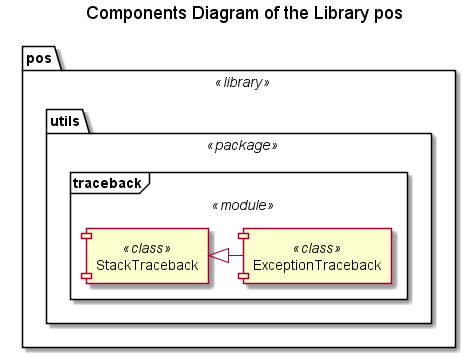
Above: Docs/UML/pos Components.png in FooBarShebang/pos (PlantUML), before the change.
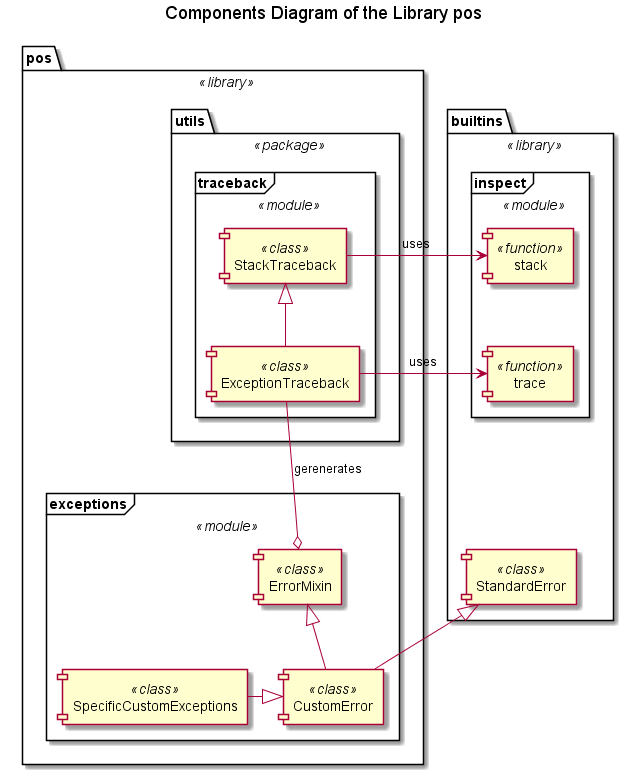
After the change.

What changed in the source:
```diff
@@ -28,9 +28,45 @@
 
         component "ExceptionTraceback" <<class>>
 
-        StackTraceback <|- ExceptionTraceback
+        StackTraceback <|-- ExceptionTraceback
     }
 }
+
+
+
+frame "exceptions" <<module>> {
+    component "ErrorMixin" <<class>>
+
+    component "CustomError" <<class>>
+
+    component "SpecificCustomExceptions" <<class>>
+
+    ErrorMixin <|-- CustomError
+
+    CustomError <|-left- SpecificCustomExceptions
 }
 
+    ExceptionTraceback --o ErrorMixin : gerenerates
+}
+
+package "builtins" <<library>> {
+        frame "inspect" as inspect_b <<module>> {
+            component "stack" as stack_b <<function>>
+
+            component "trace" as trace_b <<function>>
+
+            stack_b -[hidden]- trace_b
+        }
+
+        component "StandardError" <<class>>
+
+        trace_b -[hidden]- StandardError
+    }
+
+StackTraceback -left-> stack_b : uses
+
+ExceptionTraceback -left-> trace_b : uses
+
+StandardError <|-- CustomError
+
 @enduml
```
